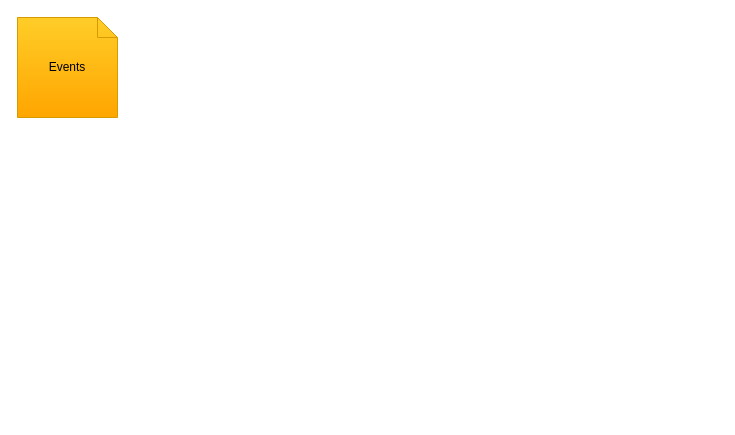
This is page "EventStromingTemplate" (1 of 3) of design/EventStorming.drawio from codefinity/oeuvre, a draw.io file, before an edit. Source tidied: cells renumbered, new cells numbered last; positions are measured from the earlier drawing's top-left corner, leaving out a move shared by most shapes. Both pictures are drawn from the tidied source at 100%, with x=0, y=0 at pixel (17, 17).
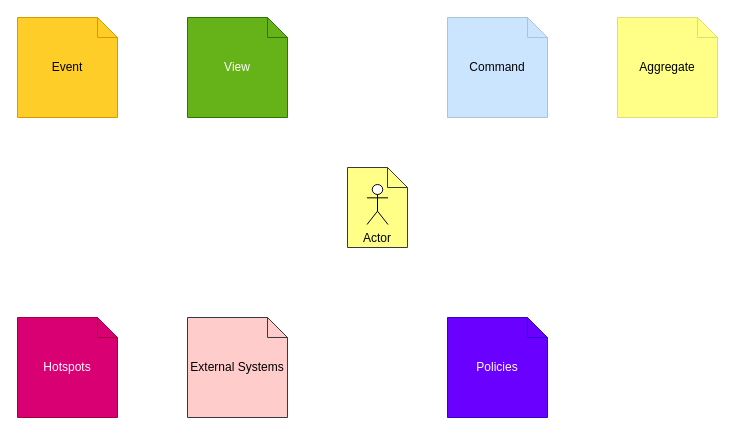
After the change.

Commit message:
Created Event-Storming Template

What changed in the source:
```diff
@@
 <mxGraphModel>
   <root>
     <mxCell id="0" />
     <mxCell id="1" parent="0" />
-    <mxCell id="2" value="Events" style="shape=note;size=20;whiteSpace=wrap;html=1;fillColor=#ffcd28;strokeColor=#d79b00;gradientColor=#ffa500;" parent="1" vertex="1">
+    <mxCell id="2" value="Event" style="shape=note;size=20;whiteSpace=wrap;html=1;fillColor=#ffcd28;strokeColor=#d79b00;" parent="1" vertex="1">
       <mxGeometry width="100" height="100" as="geometry" />
     </mxCell>
+    <mxCell id="3" value="View" style="shape=note;size=20;whiteSpace=wrap;html=1;strokeColor=#2D7600;fontColor=#ffffff;fillColor=#65B318;" parent="1" vertex="1">
+      <mxGeometry x="170" width="100" height="100" as="geometry" />
+    </mxCell>
+    <mxCell id="4" style="group;" parent="1" vertex="1">
+      <mxGeometry x="330" y="150" width="60" height="80" as="geometry" />
+    </mxCell>
+    <mxCell id="5" value="Actor" style="shape=note;size=20;whiteSpace=wrap;html=1;fillColor=#ffff88;strokeColor=#36393d;verticalAlign=bottom;" parent="4" vertex="1">
+      <mxGeometry width="60" height="80" as="geometry" />
+    </mxCell>
+    <mxCell id="6" style="shape=umlActor;verticalLabelPosition=bottom;verticalAlign=top;html=1;" parent="4" vertex="1">
+      <mxGeometry x="19.5" y="17" width="21" height="40" as="geometry" />
+    </mxCell>
+    <mxCell id="7" value="Command" style="shape=note;size=20;whiteSpace=wrap;html=1;fillColor=#cce5ff;strokeColor=#ADC3D9;" parent="1" vertex="1">
+      <mxGeometry x="430" width="100" height="100" as="geometry" />
+    </mxCell>
+    <mxCell id="8" value="Aggregate" style="shape=note;size=20;whiteSpace=wrap;html=1;fillColor=#ffff88;strokeColor=#DEDE76;" parent="1" vertex="1">
+      <mxGeometry x="600" width="100" height="100" as="geometry" />
+    </mxCell>
+    <mxCell id="9" value="Hotspots" style="shape=note;size=20;whiteSpace=wrap;html=1;fillColor=#d80073;strokeColor=#A50040;fontColor=#ffffff;" parent="1" vertex="1">
+      <mxGeometry y="300" width="100" height="100" as="geometry" />
+    </mxCell>
+    <mxCell id="10" value="External Systems" style="shape=note;size=20;whiteSpace=wrap;html=1;fillColor=#ffcccc;strokeColor=#36393d;" parent="1" vertex="1">
+      <mxGeometry x="170" y="300" width="100" height="100" as="geometry" />
+    </mxCell>
+    <mxCell id="11" value="Policies" style="shape=note;size=20;whiteSpace=wrap;html=1;fillColor=#6a00ff;strokeColor=#3700CC;fontColor=#ffffff;" parent="1" vertex="1">
+      <mxGeometry x="430" y="300" width="100" height="100" as="geometry" />
+    </mxCell>
   </root>
 </mxGraphModel>
```
